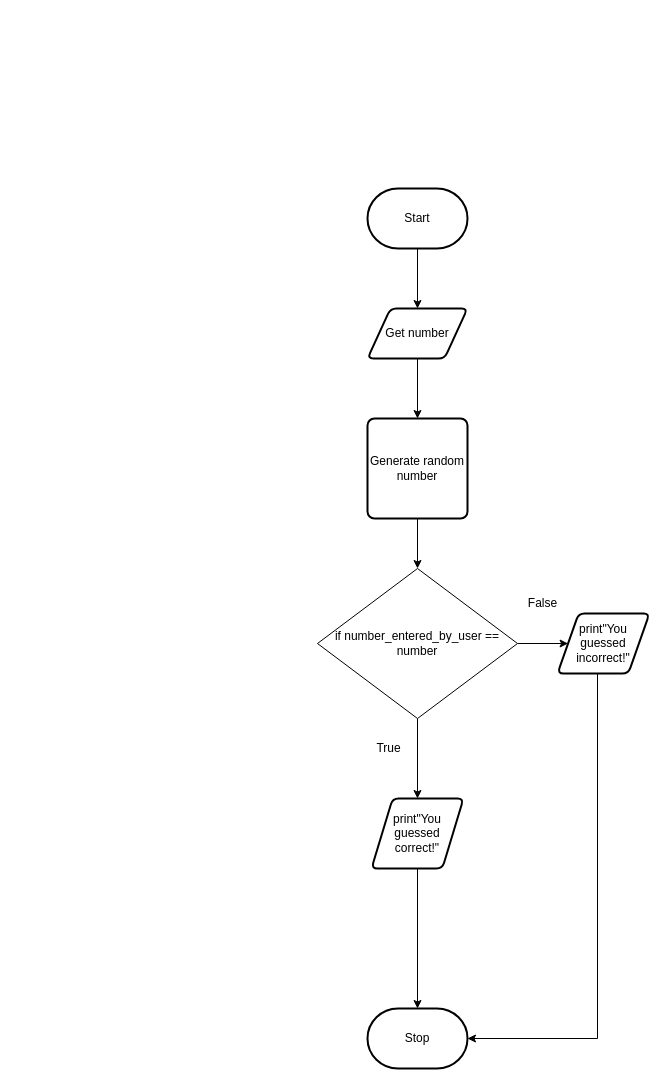
This is flowchart.drawio from michael-clermont1/ICS3U-Unit6-02-Python, a draw.io file, before an edit. Source tidied: cells renumbered, new cells numbered last; positions are measured from the earlier drawing's top-left corner, leaving out a move shared by most shapes. Both pictures are drawn from the tidied source at 100%, with x=0, y=0 at pixel (317, 188).
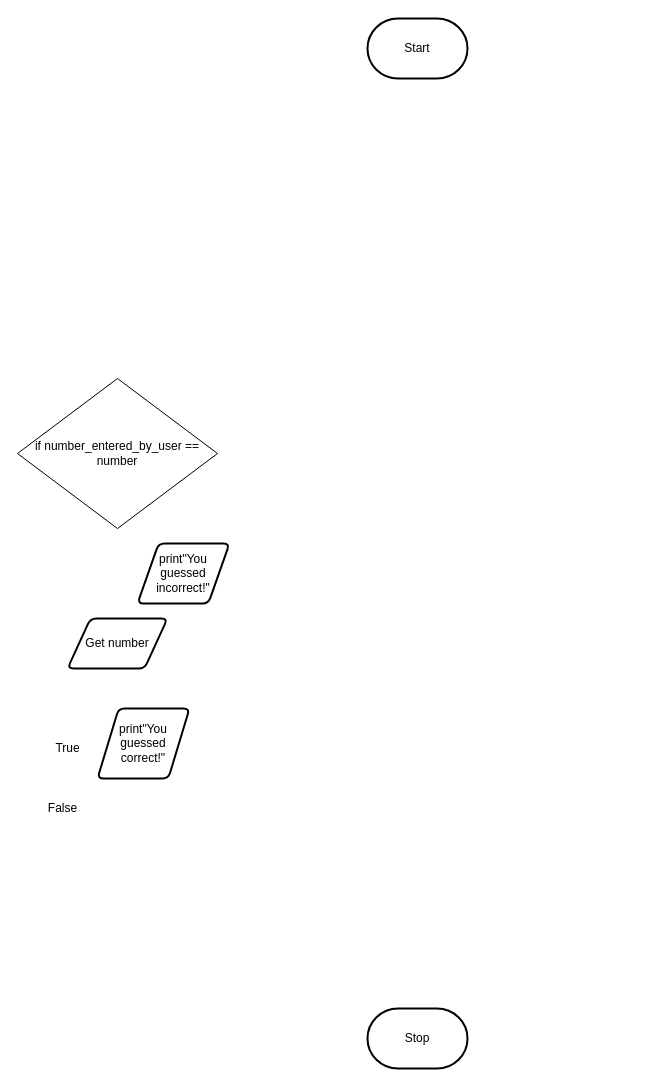
The same diagram, later.

The edit, as a diff of the source:
```diff
@@
 <mxGraphModel>
   <root>
     <mxCell id="0" />
     <mxCell id="1" parent="0" />
-    <mxCell id="2" style="edgeStyle=orthogonalEdgeStyle;rounded=0;html=1;exitX=0.5;exitY=1;exitDx=0;exitDy=0;entryX=0.5;entryY=0;entryDx=0;entryDy=0;" parent="1" edge="1" source="3" target="17">
-      <mxGeometry relative="1" as="geometry" />
-    </mxCell>
     <mxCell id="3" value="Get number" style="shape=parallelogram;html=1;strokeWidth=2;perimeter=parallelogramPerimeter;whiteSpace=wrap;rounded=1;arcSize=12;size=0.23;" parent="1" vertex="1">
-      <mxGeometry x="50" y="120" width="100" height="50" as="geometry" />
+      <mxGeometry x="-250" y="430" width="100" height="50" as="geometry" />
     </mxCell>
-    <mxCell id="4" style="edgeStyle=orthogonalEdgeStyle;rounded=0;html=1;entryX=0.5;entryY=0;entryDx=0;entryDy=0;" parent="1" edge="1" source="5" target="3">
-      <mxGeometry relative="1" as="geometry" />
-    </mxCell>
     <mxCell id="5" value="Start" style="strokeWidth=2;html=1;shape=mxgraph.flowchart.terminator;whiteSpace=wrap;" parent="1" vertex="1">
-      <mxGeometry x="50" width="100" height="60" as="geometry" />
+      <mxGeometry x="50" y="-170" width="100" height="60" as="geometry" />
     </mxCell>
     <mxCell id="6" value="Stop" style="strokeWidth=2;html=1;shape=mxgraph.flowchart.terminator;whiteSpace=wrap;" parent="1" vertex="1">
       <mxGeometry x="50" y="820" width="100" height="60" as="geometry" />
     </mxCell>
-    <mxCell id="7" style="edgeStyle=orthogonalEdgeStyle;rounded=0;html=1;entryX=0.5;entryY=0;entryDx=0;entryDy=0;entryPerimeter=0;" parent="1" edge="1" source="8" target="6">
-      <mxGeometry relative="1" as="geometry" />
-    </mxCell>
     <mxCell id="8" value="print&quot;You guessed correct!&quot;" style="shape=parallelogram;html=1;strokeWidth=2;perimeter=parallelogramPerimeter;whiteSpace=wrap;rounded=1;arcSize=12;size=0.23;" parent="1" vertex="1">
-      <mxGeometry x="54" y="610" width="92" height="70" as="geometry" />
+      <mxGeometry x="-220" y="520" width="92" height="70" as="geometry" />
     </mxCell>
-    <mxCell id="9" style="edgeStyle=orthogonalEdgeStyle;rounded=0;html=1;entryX=1;entryY=0.5;entryDx=0;entryDy=0;entryPerimeter=0;" parent="1" edge="1" source="10" target="6">
-      <mxGeometry relative="1" as="geometry">
-        <Array as="points">
-          <mxPoint x="280" y="850" />
-        </Array>
-      </mxGeometry>
-    </mxCell>
     <mxCell id="10" value="print&quot;You guessed incorrect!&quot;" style="shape=parallelogram;html=1;strokeWidth=2;perimeter=parallelogramPerimeter;whiteSpace=wrap;rounded=1;arcSize=12;size=0.23;" parent="1" vertex="1">
-      <mxGeometry x="240" y="425" width="92" height="60" as="geometry" />
+      <mxGeometry x="-180" y="355" width="92" height="60" as="geometry" />
     </mxCell>
-    <mxCell id="11" style="edgeStyle=none;html=1;entryX=0.5;entryY=0;entryDx=0;entryDy=0;" parent="1" edge="1" source="13" target="8">
-      <mxGeometry relative="1" as="geometry" />
-    </mxCell>
-    <mxCell id="12" style="edgeStyle=orthogonalEdgeStyle;html=1;entryX=0;entryY=0.5;entryDx=0;entryDy=0;" parent="1" edge="1" source="13" target="10">
-      <mxGeometry relative="1" as="geometry" />
-    </mxCell>
     <mxCell id="13" value="&lt;span&gt;if number_entered_by_user == number&lt;/span&gt;" style="rhombus;whiteSpace=wrap;html=1;" parent="1" vertex="1">
-      <mxGeometry y="380" width="200" height="150" as="geometry" />
+      <mxGeometry x="-300" y="190" width="200" height="150" as="geometry" />
     </mxCell>
     <mxCell id="14" value="False" style="text;html=1;align=center;verticalAlign=middle;fillColor=none;strokeColor=none;rounded=0;" parent="1" vertex="1">
-      <mxGeometry x="200" y="405" width="50" height="20" as="geometry" />
+      <mxGeometry x="-280" y="610" width="50" height="20" as="geometry" />
     </mxCell>
     <mxCell id="15" value="True" style="text;html=1;align=center;verticalAlign=middle;fillColor=none;strokeColor=none;rounded=0;" parent="1" vertex="1">
-      <mxGeometry x="51" y="550" width="40" height="20" as="geometry" />
+      <mxGeometry x="-270" y="550" width="40" height="20" as="geometry" />
     </mxCell>
-    <mxCell id="16" style="edgeStyle=orthogonalEdgeStyle;rounded=0;html=1;entryX=0.5;entryY=0;entryDx=0;entryDy=0;" parent="1" edge="1" source="17" target="13">
-      <mxGeometry relative="1" as="geometry" />
-    </mxCell>
-    <mxCell id="17" value="Generate random number" style="rounded=1;whiteSpace=wrap;html=1;absoluteArcSize=1;arcSize=14;strokeWidth=2;" parent="1" vertex="1">
-      <mxGeometry x="50" y="230" width="100" height="100" as="geometry" />
-    </mxCell>
   </root>
 </mxGraphModel>
```
